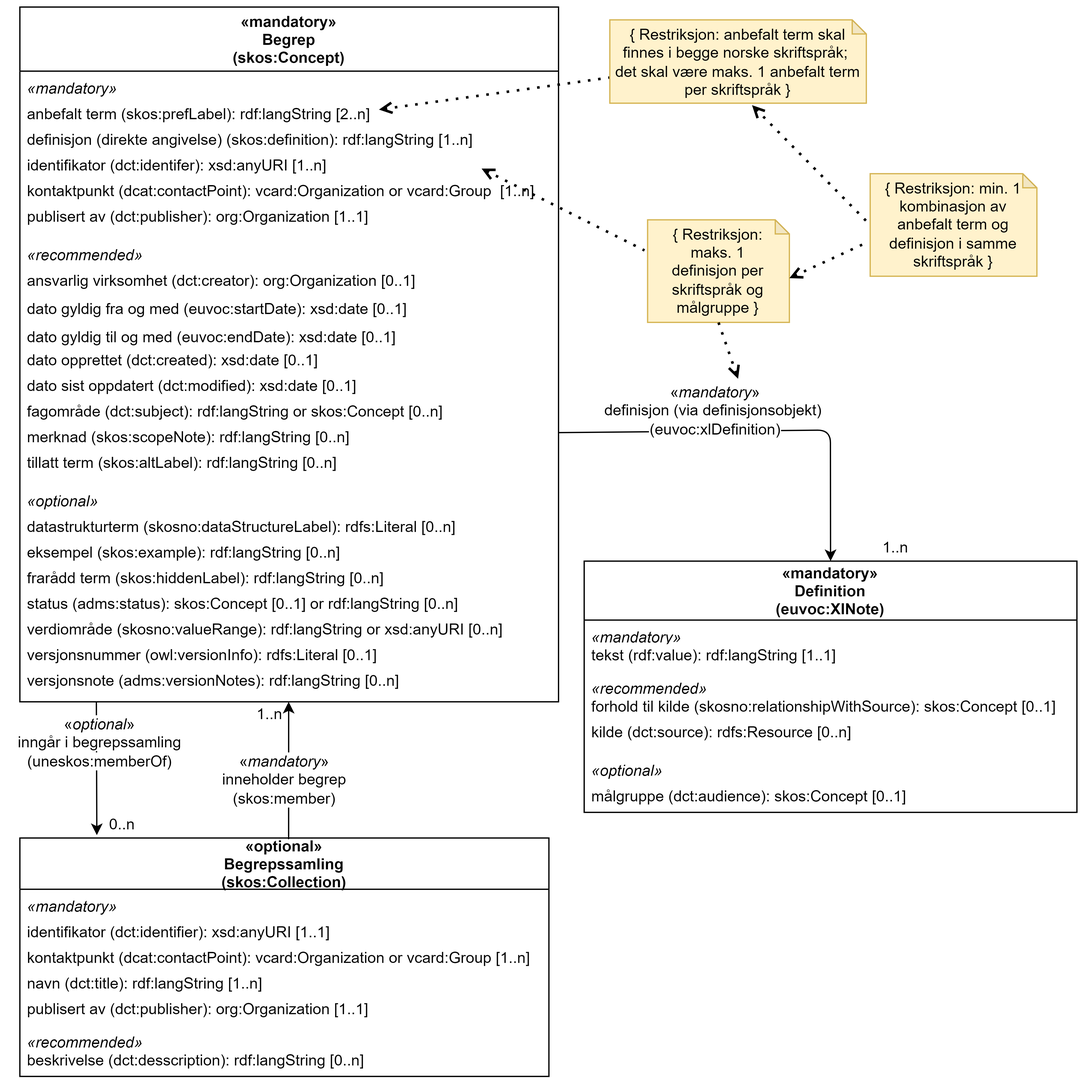
Informasjonsforvaltning/skos-ap-no-begrep keeps this draw.io diagram as docs/images/SKOS-AP-NO-Begrep-uten-relasjoner.png. Above is the earlier version. Source tidied: cells renumbered, new cells last; positions are measured from the earlier drawing's top-left corner, leaving out a move shared by most shapes.
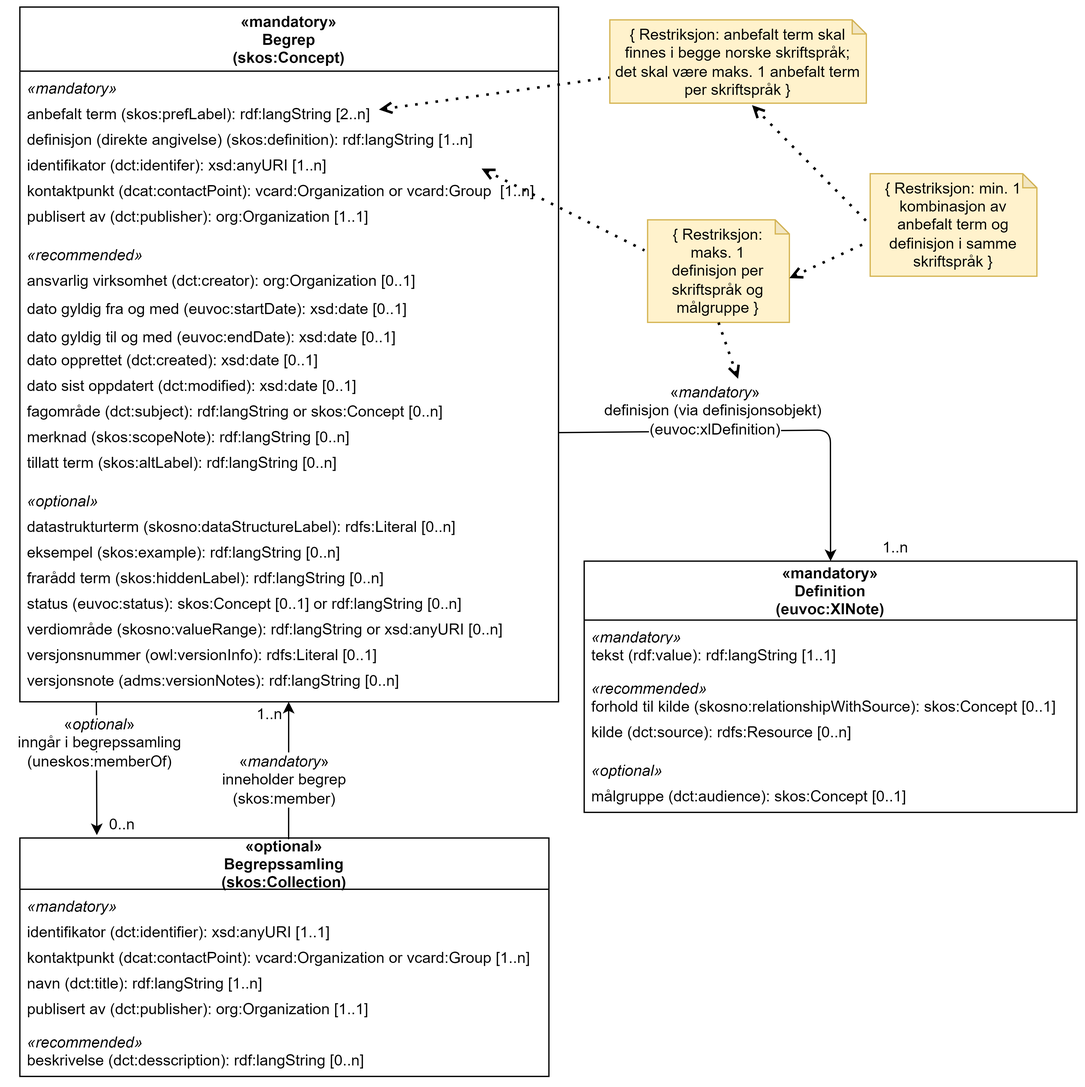
After the commit.

Diff of the diagram source:
```diff
@@ -62,7 +62,7 @@
     <mxCell id="21" value="frarådd term (skos:hiddenLabel): rdf:langString [0..n]" style="text;strokeColor=none;fillColor=none;align=left;verticalAlign=top;spacingLeft=4;spacingRight=4;overflow=hidden;labelBackgroundColor=none;" parent="2" vertex="1">
       <mxGeometry y="432" width="420" height="20" as="geometry" />
     </mxCell>
-    <mxCell id="22" value="status (adms:status): skos:Concept [0..1] or rdf:langString [0..n]" style="text;align=left;verticalAlign=top;spacingLeft=4;spacingRight=4;overflow=hidden;" parent="2" vertex="1">
+    <mxCell id="22" value="status (euvoc:status): skos:Concept [0..1] or rdf:langString [0..n]" style="text;align=left;verticalAlign=top;spacingLeft=4;spacingRight=4;overflow=hidden;" parent="2" vertex="1">
       <mxGeometry y="452" width="420" height="20" as="geometry" />
     </mxCell>
     <mxCell id="23" value="verdiområde (skosno:valueRange): rdf:langString or xsd:anyURI [0..n]" style="text;strokeColor=none;align=left;verticalAlign=top;spacingLeft=4;spacingRight=4;overflow=hidden;labelBackgroundColor=none;fillColor=none;" parent="2" vertex="1">
```
